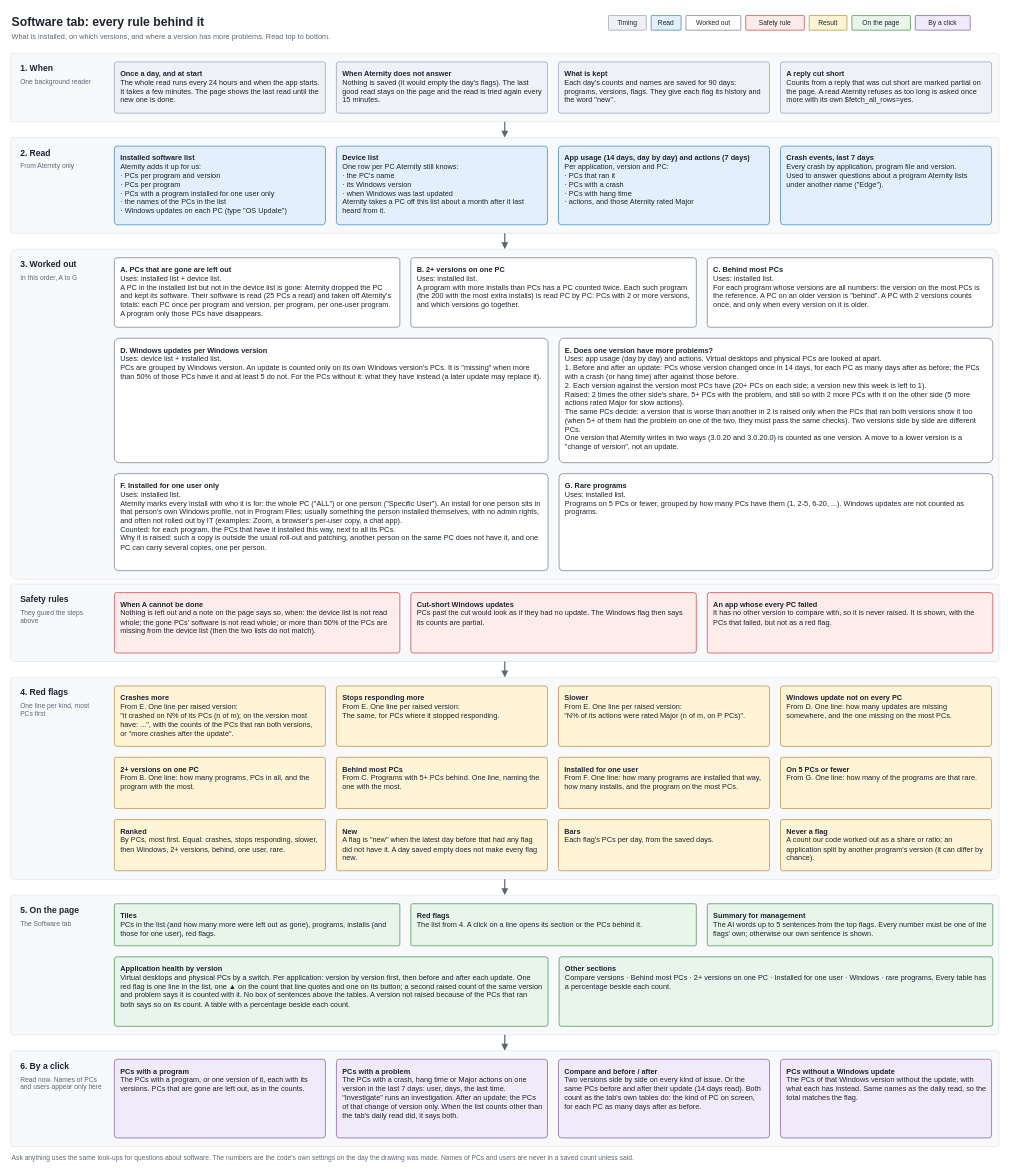
This is docs/diagrams/05-software-tab-logic.drawio from j6dtt/blank, a draw.io file, before an edit. Source tidied: cells renumbered, new cells numbered last; positions are measured from the earlier drawing's top-left corner, leaving out a move shared by most shapes. Both pictures are drawn from the tidied source at 61%, with x=0, y=0 at pixel (10, 10).
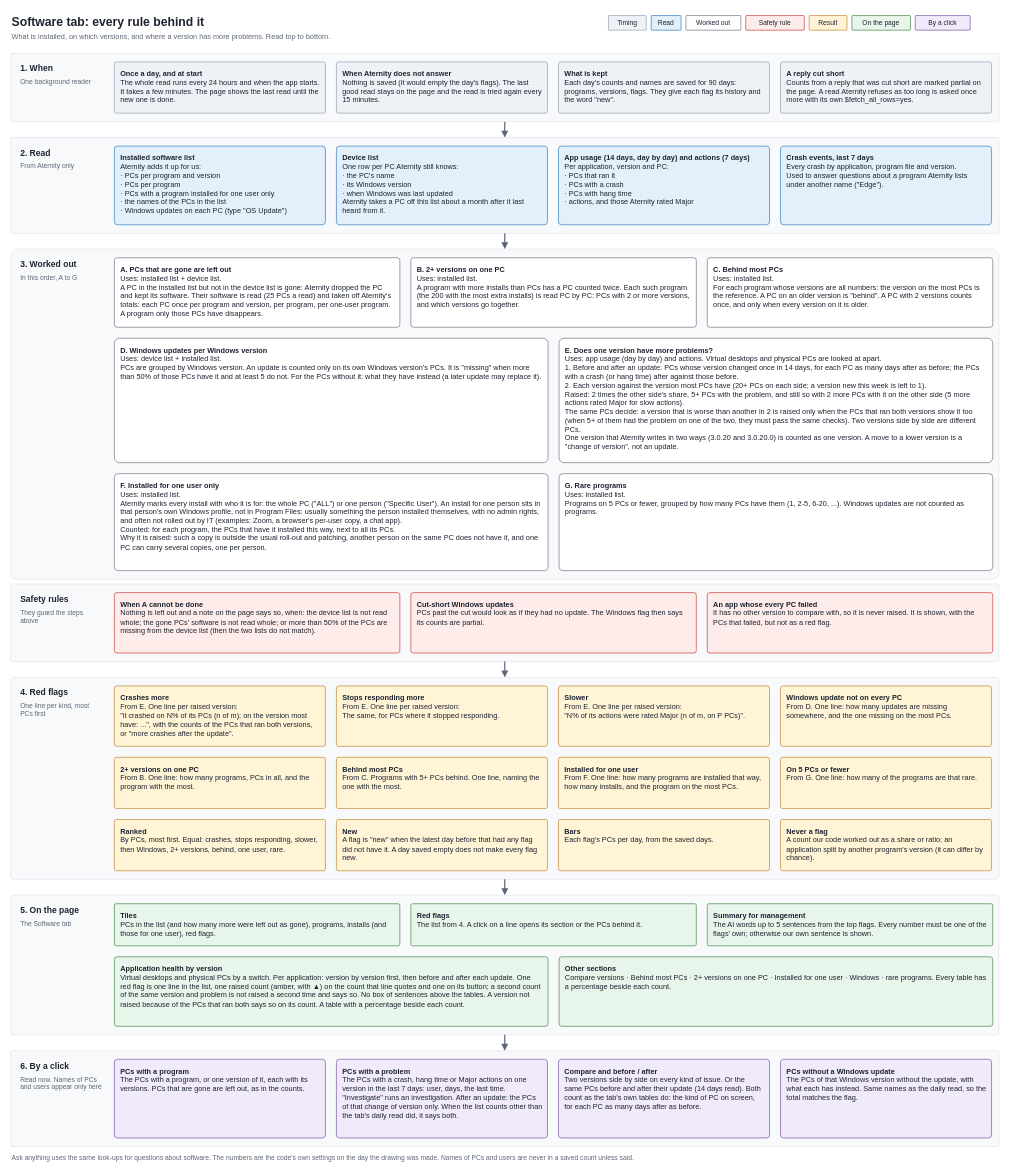
The same page after the edit.

The edit, as a diff of the source:
```diff
@@
-    <mxCell id="66" value="&lt;b&gt;Application health by version&lt;/b&gt;&lt;br&gt;Virtual desktops and physical PCs by a switch. Per application: version by version first, then before and after each update. One red flag is one line in the list, one ▲ on the count that line quotes and one on its button; a second raised count of the same version and problem says it is counted with it. No box of sentences above the tables. A version not raised because of the PCs that ran both says so on its count. A table with a percentage beside each count." style="rounded=1;whiteSpace=wrap;html=1;fillColor=#e7f5ea;strokeColor=#2e7d32;fontSize=12;fontColor=#1d2330;align=left;verticalAlign=top;arcSize=4;spacingLeft=8;spacingRight=8;spacingTop=6;spacingBottom=6;" parent="1" vertex="1">
+    <mxCell id="66" value="&lt;b&gt;Application health by version&lt;/b&gt;&lt;br&gt;Virtual desktops and physical PCs by a switch. Per application: version by version first, then before and after each update. One red flag is one line in the list, one raised count (amber, with ▲) on the count that line quotes and one on its button; a second count of the same version and problem is not raised a second time and says so. No box of sentences above the tables. A version not raised because of the PCs that ran both says so on its count. A table with a percentage beside each count." style="rounded=1;whiteSpace=wrap;html=1;fillColor=#e7f5ea;strokeColor=#2e7d32;fontSize=12;fontColor=#1d2330;align=left;verticalAlign=top;arcSize=4;spacingLeft=8;spacingRight=8;spacingTop=6;spacingBottom=6;" parent="1" vertex="1">
       <mxGeometry x="170" y="1551" width="711" height="114" as="geometry" />
     </mxCell>
```
